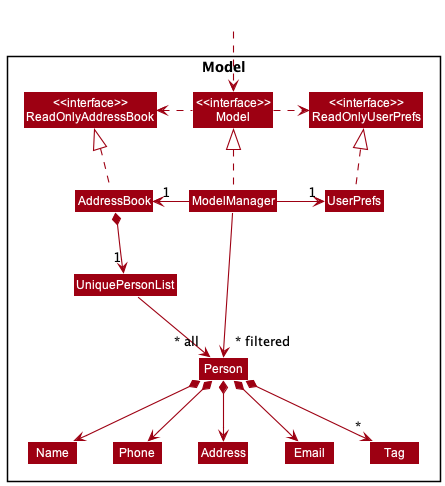
This is docs/images/ModelClassDiagram.png from nus-cs2103-AY2223S2/tp, a PlantUML export, as it was before one commit.
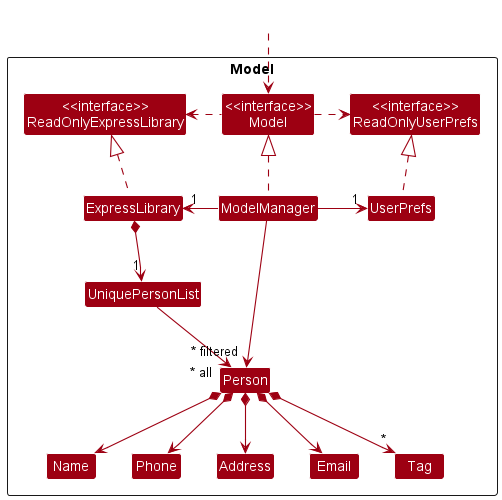
Above is the later version.

What changed in the source:
```diff
@@ -5,10 +5,10 @@
 skinparam classBackgroundColor MODEL_COLOR
 
 Package Model <<Rectangle>>{
-Class "<<interface>>\nReadOnlyAddressBook" as ReadOnlyAddressBook
+Class "<<interface>>\nReadOnlyExpressLibrary" as ReadOnlyExpressLibrary
 Class "<<interface>>\nReadOnlyUserPrefs" as ReadOnlyUserPrefs
 Class "<<interface>>\nModel" as Model
-Class AddressBook
+Class ExpressLibrary
 Class ModelManager
 Class UserPrefs
 
@@ -25,16 +25,16 @@
 Class HiddenOutside #FFFFFF
 HiddenOutside ..> Model
 
-AddressBook .up.|> ReadOnlyAddressBook
+ExpressLibrary .up.|> ReadOnlyExpressLibrary
 
 ModelManager .up.|> Model
 Model .right.> ReadOnlyUserPrefs
-Model .left.> ReadOnlyAddressBook
-ModelManager -left-> "1" AddressBook
+Model .left.> ReadOnlyExpressLibrary
+ModelManager -left-> "1" ExpressLibrary
 ModelManager -right-> "1" UserPrefs
 UserPrefs .up.|> ReadOnlyUserPrefs
 
-AddressBook *--> "1" UniquePersonList
+ExpressLibrary *--> "1" UniquePersonList
 UniquePersonList --> "~* all" Person
 Person *--> Name
 Person *--> Phone
```
